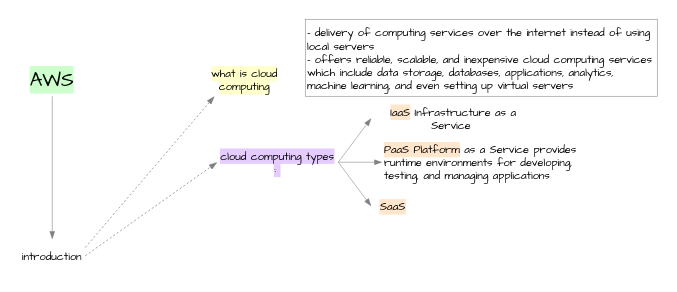
This is [research]AWS.drawio from ptt743/draw, a draw.io file, before an edit. Source tidied: cells renumbered, new cells numbered last; positions are measured from the earlier drawing's top-left corner, leaving out a move shared by most shapes. Both pictures are drawn from the tidied source at 110%, with x=0, y=0 at pixel (19, 19).
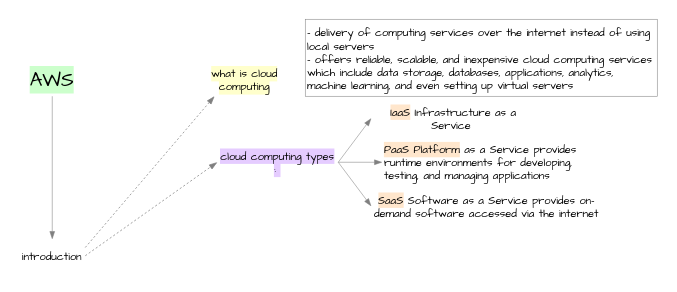
The same diagram, later.

Diff of the diagram source:
```diff
@@
 <mxGraphModel>
   <root>
     <mxCell id="0" />
     <mxCell id="1" parent="0" />
     <mxCell id="2" value="&lt;span style=&quot;background-color: rgb(204, 255, 204);&quot;&gt;AWS&lt;/span&gt;" style="text;html=1;whiteSpace=wrap;strokeColor=none;fillColor=none;align=center;verticalAlign=middle;rounded=0;fontFamily=Comic Sans MS;fontSize=18;" parent="1" vertex="1">
       <mxGeometry y="40" width="60" height="30" as="geometry" />
     </mxCell>
     <mxCell id="3" value="&lt;span&gt;introduction&lt;/span&gt;" style="text;html=1;whiteSpace=wrap;strokeColor=none;fillColor=none;align=center;verticalAlign=middle;rounded=0;fontFamily=Comic Sans MS;fontSize=10;" parent="1" vertex="1">
       <mxGeometry y="200" width="60" height="30" as="geometry" />
     </mxCell>
     <mxCell id="4" style="endArrow=blockThin;html=1;rounded=0;strokeColor=#808080;endFill=1;strokeWidth=0.5;entryX=0.5;entryY=0;entryDx=0;entryDy=0;exitX=0.5;exitY=1;exitDx=0;exitDy=0;" parent="1" edge="1" source="2" target="3">
       <mxGeometry relative="1" as="geometry" />
     </mxCell>
     <mxCell id="5" value="- delivery of computing services over the internet instead of using local servers&lt;br&gt;- offers reliable, scalable, and inexpensive cloud computing services which include data storage, databases, applications, analytics, machine learning, and even setting up virtual servers" style="rounded=0;whiteSpace=wrap;html=1;fontFamily=Comic Sans MS;strokeWidth=0.5;strokeColor=#808080;align=left;verticalAlign=top;fontSize=10;" parent="1" vertex="1">
       <mxGeometry x="260" width="320" height="70" as="geometry" />
     </mxCell>
     <mxCell id="6" value="&lt;span style=&quot;background-color: rgb(255, 255, 204);&quot;&gt;what is cloud computing&lt;/span&gt;" style="text;html=1;whiteSpace=wrap;strokeColor=none;fillColor=none;align=center;verticalAlign=middle;rounded=0;fontFamily=Comic Sans MS;fontSize=10;" parent="1" vertex="1">
       <mxGeometry x="150" y="40" width="110" height="30" as="geometry" />
     </mxCell>
     <mxCell id="7" style="endArrow=blockThin;html=1;rounded=0;strokeColor=#808080;endFill=1;strokeWidth=0.65;exitX=1;exitY=0.25;exitDx=0;exitDy=0;entryX=0.25;entryY=1;entryDx=0;entryDy=0;dashed=1;" parent="1" edge="1" source="3" target="6">
       <mxGeometry relative="1" as="geometry" />
     </mxCell>
     <mxCell id="8" value="&lt;span style=&quot;background-color: rgb(229, 204, 255);&quot;&gt;cloud computing types :&amp;nbsp;&lt;/span&gt;" style="text;html=1;whiteSpace=wrap;strokeColor=none;fillColor=none;align=center;verticalAlign=middle;rounded=0;fontFamily=Comic Sans MS;fontSize=10;" parent="1" vertex="1">
       <mxGeometry x="180" y="120" width="110" height="20" as="geometry" />
     </mxCell>
     <mxCell id="9" style="endArrow=blockThin;html=1;rounded=0;strokeColor=#808080;endFill=1;strokeWidth=0.65;exitX=1;exitY=0.5;exitDx=0;exitDy=0;entryX=0;entryY=0.5;entryDx=0;entryDy=0;dashed=1;" parent="1" edge="1" source="3" target="8">
       <mxGeometry relative="1" as="geometry" />
     </mxCell>
     <mxCell id="10" value="&lt;span style=&quot;background-color: rgb(255, 230, 204);&quot;&gt;IaaS&lt;/span&gt;&lt;span&gt;&amp;nbsp;Infrastructure as a Service&amp;nbsp;&lt;/span&gt;" style="text;html=1;whiteSpace=wrap;strokeColor=none;fillColor=none;align=center;verticalAlign=middle;rounded=0;fontFamily=Comic Sans MS;fontSize=10;" parent="1" vertex="1">
       <mxGeometry x="320" y="80" width="150" height="20" as="geometry" />
     </mxCell>
     <mxCell id="11" style="endArrow=blockThin;html=1;rounded=0;strokeColor=#808080;endFill=1;strokeWidth=0.5;exitX=1;exitY=0.5;exitDx=0;exitDy=0;entryX=0;entryY=0.5;entryDx=0;entryDy=0;" parent="1" edge="1" source="8" target="10">
       <mxGeometry relative="1" as="geometry" />
     </mxCell>
     <mxCell id="12" value="&lt;span style=&quot;background-color: rgb(255, 230, 204);&quot;&gt;PaaS&amp;nbsp;Platform&lt;/span&gt;&lt;span&gt; as a Service provides runtime environments for developing, testing, and managing applications&lt;/span&gt;" style="text;html=1;whiteSpace=wrap;strokeColor=none;fillColor=none;align=left;verticalAlign=middle;rounded=0;fontFamily=Comic Sans MS;fontSize=10;" parent="1" vertex="1">
       <mxGeometry x="330" y="110" width="200" height="40" as="geometry" />
     </mxCell>
-    <mxCell id="13" value="&lt;span style=&quot;background-color: rgb(255, 230, 204);&quot;&gt;SaaS&lt;/span&gt;" style="text;html=1;whiteSpace=wrap;strokeColor=none;fillColor=none;align=center;verticalAlign=middle;rounded=0;fontFamily=Comic Sans MS;fontSize=10;" parent="1" vertex="1">
-      <mxGeometry x="320" y="160" width="40" height="20" as="geometry" />
+    <mxCell id="13" value="&lt;span style=&quot;background-color: rgb(255, 230, 204);&quot;&gt;SaaS&lt;/span&gt;&lt;span&gt;&amp;nbsp;&lt;/span&gt;&lt;span&gt;S&lt;/span&gt;oftware as a Service provides on-demand software accessed via the internet" style="text;html=1;whiteSpace=wrap;strokeColor=none;fillColor=none;align=center;verticalAlign=middle;rounded=0;fontFamily=Comic Sans MS;fontSize=10;" parent="1" vertex="1">
+      <mxGeometry x="320" y="160" width="210" height="20" as="geometry" />
     </mxCell>
     <mxCell id="14" style="endArrow=blockThin;html=1;rounded=0;strokeColor=#808080;endFill=1;strokeWidth=0.5;exitX=1;exitY=0.5;exitDx=0;exitDy=0;entryX=0;entryY=0.5;entryDx=0;entryDy=0;" parent="1" edge="1" source="8" target="12">
       <mxGeometry relative="1" as="geometry" />
     </mxCell>
     <mxCell id="15" style="endArrow=blockThin;html=1;rounded=0;strokeColor=#808080;endFill=1;strokeWidth=0.5;exitX=1;exitY=0.5;exitDx=0;exitDy=0;entryX=0;entryY=0.5;entryDx=0;entryDy=0;" parent="1" edge="1" source="8" target="13">
       <mxGeometry relative="1" as="geometry" />
     </mxCell>
   </root>
 </mxGraphModel>
```
